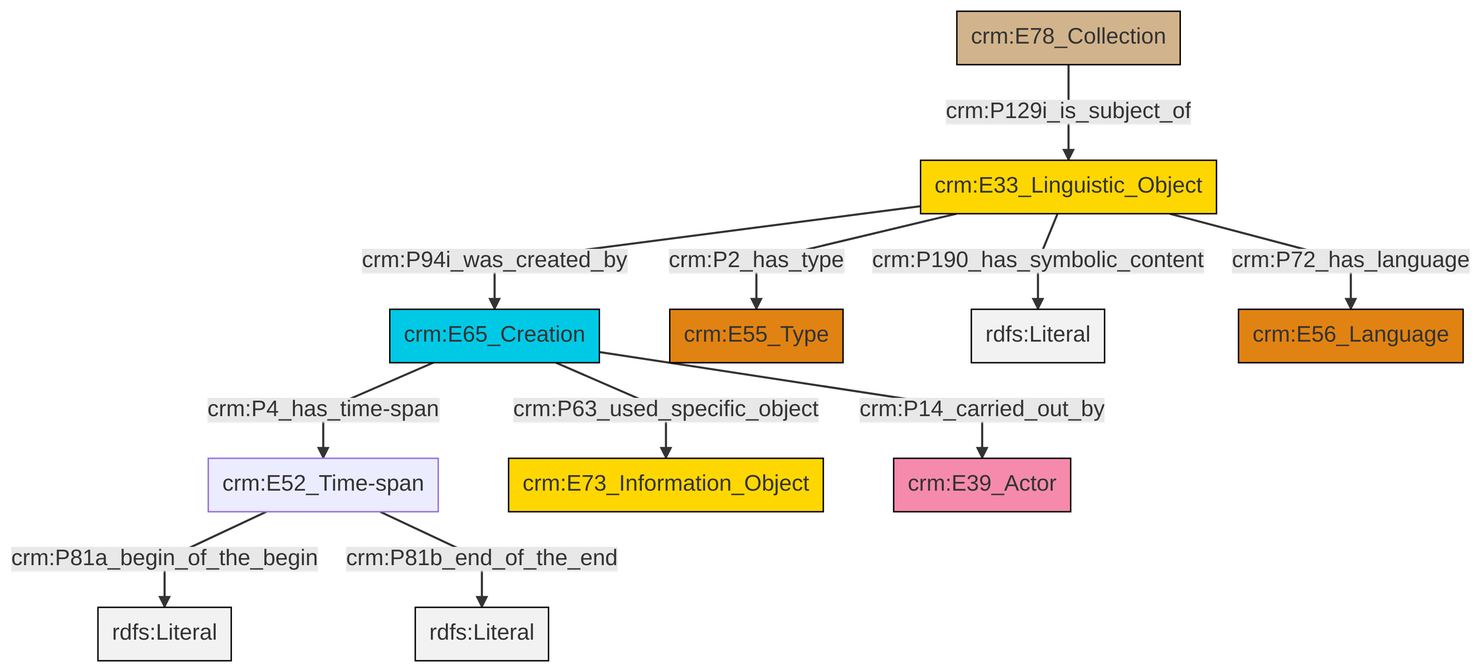
Above: et/archivalCSV/ttl/mmd/png/archival_desc.png in swiss-art-research-net/docs.swissartresearch (Mermaid), before the change. Its source is kept beside it as et/archivalCSV/ttl/mmd/archival_desc.ttl.mmd. Its diagram source:
```mermaid
graph TD
classDef Literal fill:#f2f2f2,stroke:#000000;
classDef CRM_Entity fill:#FFFFFF,stroke:#000000;
classDef Temporal_Entity fill:#00C9E6, stroke:#000000;
classDef Type fill:#E18312, stroke:#000000;
classDef Time-Span fill:#2C9C91, stroke:#000000;
classDef Appellation fill:#FFEB7F, stroke:#000000;
classDef Place fill:#008836, stroke:#000000;
classDef Persistent_Item fill:#B266B2, stroke:#000000;
classDef Conceptual_Object fill:#FFD700, stroke:#000000;
classDef Physical_Thing fill:#D2B48C, stroke:#000000;
classDef Actor fill:#f58aad, stroke:#000000;
classDef PC_Classes fill:#4ce600, stroke:#000000;
classDef Multi fill:#cccccc,stroke:#000000;

0["crm:E65_Creation"]:::Temporal_Entity -->|crm:P4_has_time-span| 1["crm:E52_Time-span"]:::Default
6["crm:E33_Linguistic_Object"]:::Conceptual_Object -->|crm:P94i_was_created_by| 0["crm:E65_Creation"]:::Temporal_Entity
1["crm:E52_Time-span"]:::Default -->|crm:P81a_begin_of_the_begin| 8[rdfs:Literal]:::Literal
0["crm:E65_Creation"]:::Temporal_Entity -->|crm:P14_carried_out_by| 9["crm:E39_Actor"]:::Actor
13["crm:E78_Collection"]:::Physical_Thing -->|crm:P129i_is_subject_of| 6["crm:E33_Linguistic_Object"]:::Conceptual_Object
1["crm:E52_Time-span"]:::Default -->|crm:P81b_end_of_the_end| 14[rdfs:Literal]:::Literal
0["crm:E65_Creation"]:::Temporal_Entity -->|crm:P63_used_specific_object| 4["crm:E73_Information_Object"]:::Conceptual_Object
6["crm:E33_Linguistic_Object"]:::Conceptual_Object -->|crm:P190_has_symbolic_content| 15[rdfs:Literal]:::Literal
6["crm:E33_Linguistic_Object"]:::Conceptual_Object -->|crm:P2_has_type| 2["crm:E55_Type"]:::Type
6["crm:E33_Linguistic_Object"]:::Conceptual_Object -->|crm:P72_has_language| 16["crm:E56_Language"]:::Type
```
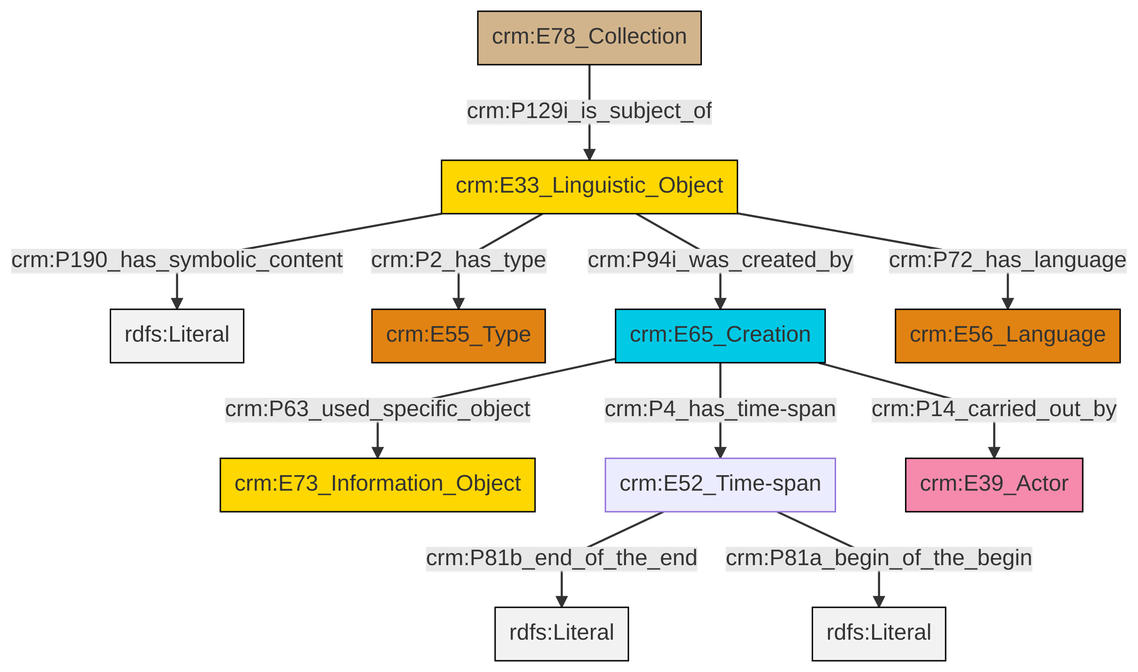
Above is the later version.

Change to the diagram source:
```diff
@@ -13,13 +13,13 @@
 classDef PC_Classes fill:#4ce600, stroke:#000000;
 classDef Multi fill:#cccccc,stroke:#000000;
 
-0["crm:E65_Creation"]:::Temporal_Entity -->|crm:P4_has_time-span| 1["crm:E52_Time-span"]:::Default
-6["crm:E33_Linguistic_Object"]:::Conceptual_Object -->|crm:P94i_was_created_by| 0["crm:E65_Creation"]:::Temporal_Entity
-1["crm:E52_Time-span"]:::Default -->|crm:P81a_begin_of_the_begin| 8[rdfs:Literal]:::Literal
-0["crm:E65_Creation"]:::Temporal_Entity -->|crm:P14_carried_out_by| 9["crm:E39_Actor"]:::Actor
-13["crm:E78_Collection"]:::Physical_Thing -->|crm:P129i_is_subject_of| 6["crm:E33_Linguistic_Object"]:::Conceptual_Object
-1["crm:E52_Time-span"]:::Default -->|crm:P81b_end_of_the_end| 14[rdfs:Literal]:::Literal
-0["crm:E65_Creation"]:::Temporal_Entity -->|crm:P63_used_specific_object| 4["crm:E73_Information_Object"]:::Conceptual_Object
-6["crm:E33_Linguistic_Object"]:::Conceptual_Object -->|crm:P190_has_symbolic_content| 15[rdfs:Literal]:::Literal
-6["crm:E33_Linguistic_Object"]:::Conceptual_Object -->|crm:P2_has_type| 2["crm:E55_Type"]:::Type
-6["crm:E33_Linguistic_Object"]:::Conceptual_Object -->|crm:P72_has_language| 16["crm:E56_Language"]:::Type
+0["crm:E33_Linguistic_Object"]:::Conceptual_Object -->|crm:P190_has_symbolic_content| 1[rdfs:Literal]:::Literal
+5["crm:E65_Creation"]:::Temporal_Entity -->|crm:P63_used_specific_object| 6["crm:E73_Information_Object"]:::Conceptual_Object
+0["crm:E33_Linguistic_Object"]:::Conceptual_Object -->|crm:P94i_was_created_by| 5["crm:E65_Creation"]:::Temporal_Entity
+7["crm:E52_Time-span"]:::Default -->|crm:P81b_end_of_the_end| 8[rdfs:Literal]:::Literal
+5["crm:E65_Creation"]:::Temporal_Entity -->|crm:P14_carried_out_by| 9["crm:E39_Actor"]:::Actor
+7["crm:E52_Time-span"]:::Default -->|crm:P81a_begin_of_the_begin| 12[rdfs:Literal]:::Literal
+5["crm:E65_Creation"]:::Temporal_Entity -->|crm:P4_has_time-span| 7["crm:E52_Time-span"]:::Default
+10["crm:E78_Collection"]:::Physical_Thing -->|crm:P129i_is_subject_of| 0["crm:E33_Linguistic_Object"]:::Conceptual_Object
+0["crm:E33_Linguistic_Object"]:::Conceptual_Object -->|crm:P2_has_type| 3["crm:E55_Type"]:::Type
+0["crm:E33_Linguistic_Object"]:::Conceptual_Object -->|crm:P72_has_language| 15["crm:E56_Language"]:::Type
```
